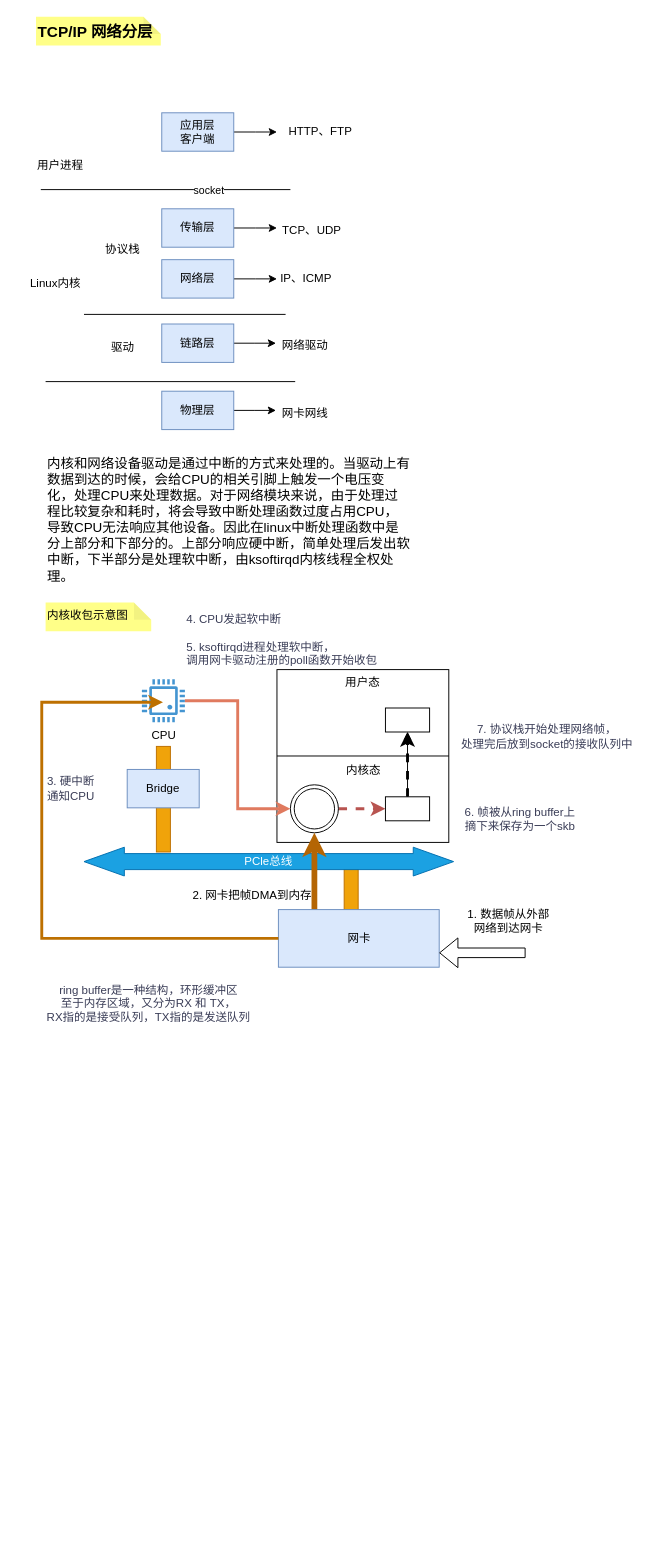
Earlier version of the draw.io diagram draw/计算机基础/网络.drawio (BxcGit/draw). Source tidied: cells renumbered, new cells numbered last; positions are measured from the earlier drawing's top-left corner, leaving out a move shared by most shapes. Both pictures are drawn from the tidied source at 96%, with x=0, y=0 at pixel (16, 16).
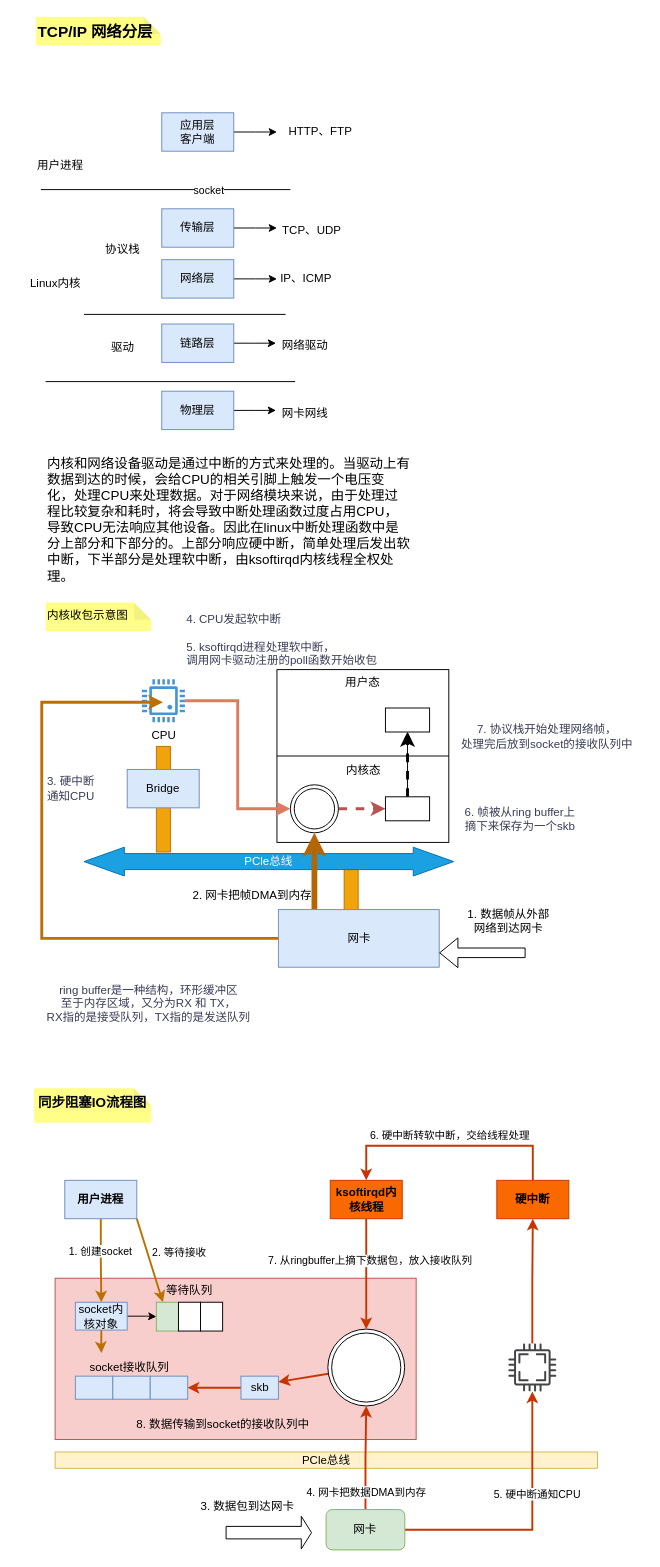
After the change.

Diff of the diagram source:
```diff
@@
+    <mxCell id="54" value="PCle总线" style="rounded=0;whiteSpace=wrap;html=1;fillColor=#fff2cc;strokeColor=#d6b656;" parent="1" vertex="1">
+      <mxGeometry x="39.9" y="1495" width="565" height="17" as="geometry" />
+    </mxCell>
+    <mxCell id="55" style="rounded=0;whiteSpace=wrap;html=1;fillColor=#f8cecc;strokeColor=#b85450;" parent="1" vertex="1">
+      <mxGeometry x="39.9" y="1314" width="376.1" height="168" as="geometry" />
+    </mxCell>
@@
+    <mxCell id="56" value="同步阻塞IO流程图" style="shape=note;whiteSpace=wrap;html=1;backgroundOutline=1;darkOpacity=0.05;fillColor=#ffff88;strokeColor=none;horizontal=1;align=center;verticalAlign=top;size=18;fontSize=14;fontStyle=1;" parent="1" vertex="1">
+      <mxGeometry x="18" y="1116" width="122" height="36" as="geometry" />
+    </mxCell>
+    <mxCell id="57" style="edgeStyle=orthogonalEdgeStyle;rounded=0;jettySize=auto;html=1;entryX=0.5;entryY=0;entryDx=0;entryDy=0;strokeWidth=2;fillColor=#f0a30a;strokeColor=#BD7000;fontSize=14;" parent="1" edge="1" source="61" target="64">
+      <mxGeometry relative="1" as="geometry" />
+    </mxCell>
+    <mxCell id="58" value="1. 创建socket" style="edgeLabel;html=1;align=center;verticalAlign=middle;" parent="57" vertex="1">
+      <mxGeometry x="-0.25" y="-1" relative="1" as="geometry" />
+    </mxCell>
+    <mxCell id="59" style="rounded=0;jettySize=auto;html=1;exitX=1;exitY=1;exitDx=0;exitDy=0;strokeWidth=2;fillColor=#f0a30a;strokeColor=#BD7000;" parent="1" edge="1" source="61" target="65">
+      <mxGeometry relative="1" as="geometry" />
+    </mxCell>
+    <mxCell id="60" value="2. 等待接收" style="edgeLabel;html=1;align=center;verticalAlign=middle;" parent="59" vertex="1">
+      <mxGeometry x="-0.22" y="-1" relative="1" as="geometry">
+        <mxPoint x="34" as="offset" />
+      </mxGeometry>
+    </mxCell>
+    <mxCell id="61" value="用户进程" style="rounded=0;whiteSpace=wrap;html=1;align=center;verticalAlign=middle;fillColor=#dae8fc;strokeColor=#6c8ebf;fontStyle=1;" parent="1" vertex="1">
+      <mxGeometry x="50" y="1212" width="75" height="40" as="geometry" />
+    </mxCell>
+    <mxCell id="62" style="edgeStyle=orthogonalEdgeStyle;rounded=0;jettySize=auto;html=1;entryX=0;entryY=0.5;entryDx=0;entryDy=0;" parent="1" edge="1" source="64" target="65">
+      <mxGeometry relative="1" as="geometry" />
+    </mxCell>
+    <mxCell id="63" style="edgeStyle=orthogonalEdgeStyle;rounded=0;jettySize=auto;html=1;entryX=0.25;entryY=0;entryDx=0;entryDy=0;fillColor=#f0a30a;strokeColor=#BD7000;strokeWidth=2;" parent="1" edge="1" source="64" target="72">
+      <mxGeometry relative="1" as="geometry" />
+    </mxCell>
+    <mxCell id="64" value="socket内核对象" style="rounded=0;whiteSpace=wrap;html=1;fillColor=#dae8fc;strokeColor=#6c8ebf;" parent="1" vertex="1">
+      <mxGeometry x="61" y="1339" width="54" height="29" as="geometry" />
+    </mxCell>
+    <mxCell id="65" style="rounded=0;whiteSpace=wrap;html=1;fillColor=#d5e8d4;strokeColor=#82b366;" parent="1" vertex="1">
+      <mxGeometry x="145.4" y="1339" width="23" height="30" as="geometry" />
+    </mxCell>
+    <mxCell id="66" style="rounded=0;whiteSpace=wrap;html=1;" parent="1" vertex="1">
+      <mxGeometry x="168.4" y="1339" width="23" height="30" as="geometry" />
+    </mxCell>
+    <mxCell id="67" style="rounded=0;whiteSpace=wrap;html=1;" parent="1" vertex="1">
+      <mxGeometry x="191.4" y="1339" width="23" height="30" as="geometry" />
+    </mxCell>
+    <mxCell id="68" value="等待队列" style="text;html=1;align=center;verticalAlign=middle;whiteSpace=wrap;rounded=0;" parent="1" vertex="1">
+      <mxGeometry x="150" y="1312" width="60" height="30" as="geometry" />
+    </mxCell>
+    <mxCell id="69" style="rounded=0;whiteSpace=wrap;html=1;fillColor=#dae8fc;strokeColor=#6c8ebf;" parent="1" vertex="1">
+      <mxGeometry x="61" y="1416" width="39" height="24" as="geometry" />
+    </mxCell>
+    <mxCell id="70" style="rounded=0;whiteSpace=wrap;html=1;fillColor=#dae8fc;strokeColor=#6c8ebf;" parent="1" vertex="1">
+      <mxGeometry x="100" y="1416" width="39" height="24" as="geometry" />
+    </mxCell>
+    <mxCell id="71" style="rounded=0;whiteSpace=wrap;html=1;fillColor=#dae8fc;strokeColor=#6c8ebf;" parent="1" vertex="1">
+      <mxGeometry x="139" y="1416" width="39" height="24" as="geometry" />
+    </mxCell>
+    <mxCell id="72" value="socket接收队列" style="text;html=1;align=center;verticalAlign=middle;whiteSpace=wrap;rounded=0;" parent="1" vertex="1">
+      <mxGeometry x="59" y="1392" width="117" height="30" as="geometry" />
+    </mxCell>
+    <mxCell id="73" style="edgeStyle=orthogonalEdgeStyle;rounded=0;jettySize=auto;html=1;entryX=1;entryY=0.5;entryDx=0;entryDy=0;fillColor=#fa6800;strokeColor=#C73500;strokeWidth=2;" parent="1" edge="1" source="74" target="71">
+      <mxGeometry relative="1" as="geometry" />
+    </mxCell>
+    <mxCell id="74" value="skb" style="rounded=0;whiteSpace=wrap;html=1;fillColor=#dae8fc;strokeColor=#6c8ebf;" parent="1" vertex="1">
+      <mxGeometry x="233.5" y="1416" width="39" height="24" as="geometry" />
+    </mxCell>
+    <mxCell id="75" style="rounded=0;jettySize=auto;html=1;entryX=1;entryY=0.25;entryDx=0;entryDy=0;fillColor=#fa6800;strokeColor=#C73500;strokeWidth=2;" parent="1" edge="1" source="76" target="74">
+      <mxGeometry relative="1" as="geometry" />
+    </mxCell>
+    <mxCell id="76" style="ellipse;shape=doubleEllipse;whiteSpace=wrap;html=1;" parent="1" vertex="1">
+      <mxGeometry x="324" y="1367" width="80" height="80" as="geometry" />
+    </mxCell>
+    <mxCell id="77" value="8. 数据传输到socket的接收队列中" style="text;html=1;align=center;verticalAlign=middle;whiteSpace=wrap;rounded=0;" parent="1" vertex="1">
+      <mxGeometry x="80" y="1452" width="270" height="30" as="geometry" />
+    </mxCell>
+    <mxCell id="78" style="edgeStyle=orthogonalEdgeStyle;rounded=0;jettySize=auto;html=1;strokeWidth=2;fillColor=#fa6800;strokeColor=#C73500;" parent="1" edge="1" source="80" target="76">
+      <mxGeometry relative="1" as="geometry" />
+    </mxCell>
+    <mxCell id="79" value="7. 从ringbuffer上摘下数据包，放入接收队列" style="edgeLabel;html=1;align=center;verticalAlign=middle;" parent="78" vertex="1">
+      <mxGeometry x="-0.26" y="3" relative="1" as="geometry" />
+    </mxCell>
+    <mxCell id="80" value="ksoftirqd内核线程" style="rounded=0;whiteSpace=wrap;html=1;align=center;verticalAlign=middle;fillColor=#fa6800;fontColor=#000000;strokeColor=#C73500;fontStyle=1;" parent="1" vertex="1">
+      <mxGeometry x="326.5" y="1212" width="75" height="40" as="geometry" />
+    </mxCell>
+    <mxCell id="81" style="edgeStyle=orthogonalEdgeStyle;rounded=0;jettySize=auto;html=1;entryX=0.5;entryY=1;entryDx=0;entryDy=0;strokeWidth=2;fillColor=#fa6800;strokeColor=#C73500;" parent="1" edge="1" source="85" target="76">
+      <mxGeometry relative="1" as="geometry" />
+    </mxCell>
+    <mxCell id="82" value="4. 网卡把数据DMA到内存" style="edgeLabel;html=1;align=center;verticalAlign=middle;" parent="81" vertex="1">
+      <mxGeometry x="-0.01" y="1" relative="1" as="geometry">
+        <mxPoint y="36" as="offset" />
+      </mxGeometry>
+    </mxCell>
+    <mxCell id="83" style="edgeStyle=orthogonalEdgeStyle;rounded=0;jettySize=auto;html=1;strokeWidth=2;fillColor=#fa6800;strokeColor=#C73500;" parent="1" edge="1" source="85" target="89">
+      <mxGeometry relative="1" as="geometry" />
+    </mxCell>
+    <mxCell id="84" value="5. 硬中断通知CPU" style="edgeLabel;html=1;align=center;verticalAlign=middle;" parent="83" vertex="1">
+      <mxGeometry x="0.23" y="-4" relative="1" as="geometry" />
+    </mxCell>
+    <mxCell id="85" value="网卡" style="rounded=1;whiteSpace=wrap;html=1;fillColor=#d5e8d4;strokeColor=#82b366;" parent="1" vertex="1">
+      <mxGeometry x="322.2" y="1555" width="82" height="42" as="geometry" />
+    </mxCell>
+    <mxCell id="86" style="shape=flexArrow;endArrow=classic;html=1;rounded=0;width=13;endSize=3.22;" parent="1" edge="1">
+      <mxGeometry relative="1" as="geometry">
+        <mxPoint x="217.5" y="1579" as="sourcePoint" />
+        <mxPoint x="307.5" y="1579" as="targetPoint" />
+      </mxGeometry>
+    </mxCell>
+    <mxCell id="87" value="3. 数据包到达网卡" style="text;html=1;align=center;verticalAlign=middle;whiteSpace=wrap;rounded=0;" parent="1" vertex="1">
+      <mxGeometry x="176" y="1537" width="128.6" height="30" as="geometry" />
+    </mxCell>
+    <mxCell id="88" style="edgeStyle=orthogonalEdgeStyle;rounded=0;jettySize=auto;html=1;entryX=0.5;entryY=1;entryDx=0;entryDy=0;fillColor=#fa6800;strokeColor=#C73500;strokeWidth=2;" parent="1" edge="1" source="89" target="92">
+      <mxGeometry relative="1" as="geometry" />
+    </mxCell>
+    <mxCell id="89" style="sketch=0;shadow=0;dashed=0;html=1;strokeColor=none;fillColor=#434445;labelPosition=center;verticalLabelPosition=bottom;verticalAlign=top;align=center;outlineConnect=0;shape=mxgraph.vvd.cpu;" parent="1" vertex="1">
+      <mxGeometry x="512" y="1382" width="50" height="50" as="geometry" />
+    </mxCell>
+    <mxCell id="90" style="edgeStyle=orthogonalEdgeStyle;rounded=0;jettySize=auto;html=1;entryX=0.5;entryY=0;entryDx=0;entryDy=0;exitX=0.5;exitY=0;exitDx=0;exitDy=0;fillColor=#fa6800;strokeColor=#C73500;strokeWidth=2;" parent="1" edge="1" source="92" target="80">
+      <mxGeometry relative="1" as="geometry">
+        <Array as="points">
+          <mxPoint x="538" y="1176" />
+          <mxPoint x="364" y="1176" />
+        </Array>
+      </mxGeometry>
+    </mxCell>
+    <mxCell id="91" value="6. 硬中断转软中断，交给线程处理" style="edgeLabel;html=1;align=center;verticalAlign=middle;" parent="90" vertex="1">
+      <mxGeometry x="0.02" relative="1" as="geometry">
+        <mxPoint x="2" y="-12" as="offset" />
+      </mxGeometry>
+    </mxCell>
+    <mxCell id="92" value="硬中断" style="rounded=0;whiteSpace=wrap;html=1;align=center;verticalAlign=middle;fillColor=#fa6800;fontColor=#000000;strokeColor=#C73500;fontStyle=1;" parent="1" vertex="1">
+      <mxGeometry x="500" y="1212" width="75" height="40" as="geometry" />
+    </mxCell>
```
